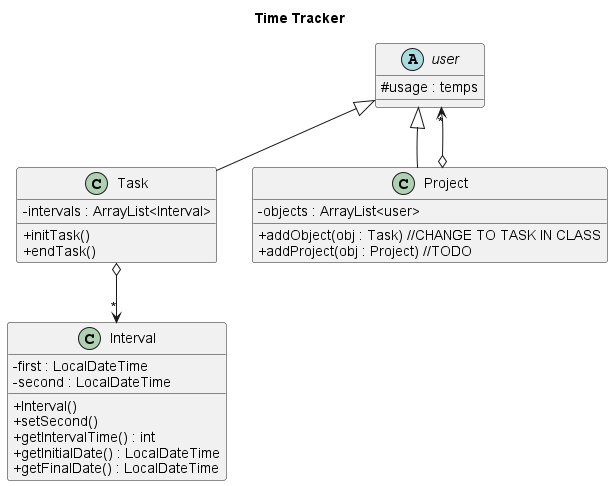
The PlantUML diagram diagram/classDiagram.png in joaquimcodina/TimeTracker, before a commit.
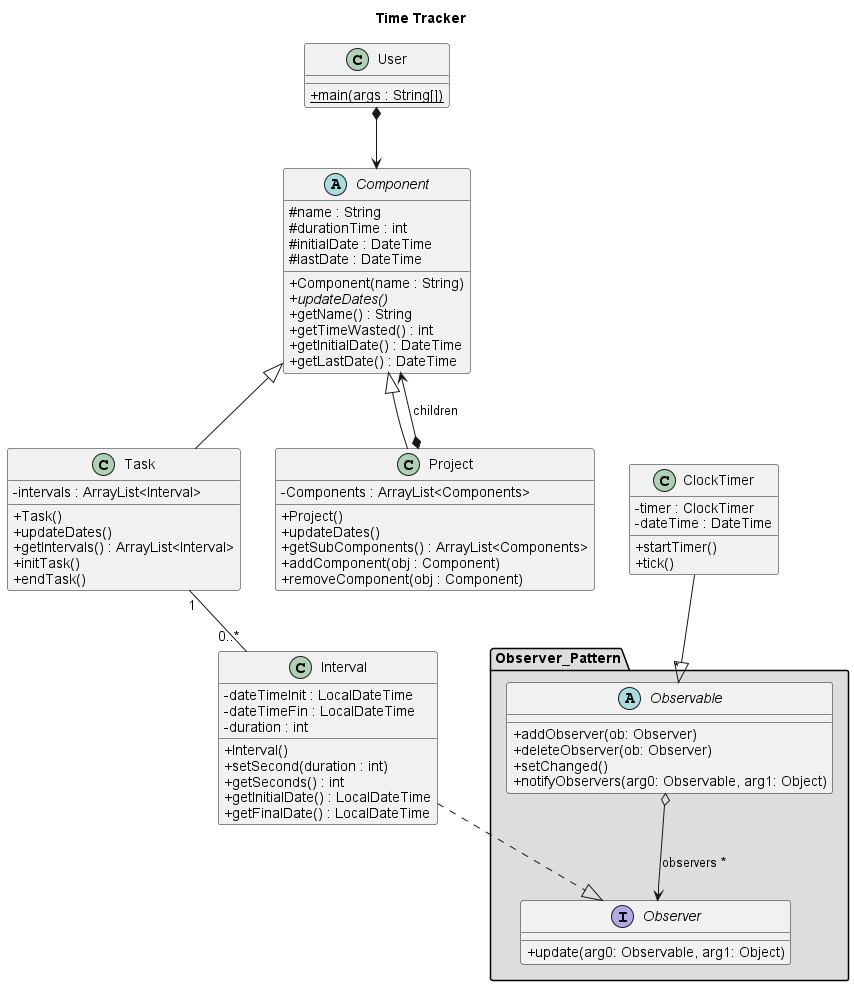
Above is the later version.

Diff of the diagram source:
```diff
@@ -3,37 +3,79 @@
 
 title "Time Tracker"
 
-abstract class user {
-# usage : temps
+class User {
++{static} main(args : String[])
 }
 
-class Task extends user {
+class Task extends Component{
 - intervals : ArrayList<Interval>
-
++ Task()
++ updateDates()
++ getIntervals() : ArrayList<Interval>
 + initTask()
 + endTask()
 }
 
-class Project extends user {
-- objects : ArrayList<user>
+class Project extends Component {
+- Components : ArrayList<Components>
++ Project()
++ updateDates()
++ getSubComponents() : ArrayList<Components>
++ addComponent(obj : Component)
++ removeComponent(obj : Component)
+}
 
-+ addObject(obj : Task) //CHANGE TO TASK IN CLASS
-+ addProject(obj : Project) //TODO
+package "Observer_Pattern" #DDDDDD{
+    Observable o--> Observer : observers *
+}
+
+abstract class Observable{
++ addObserver(ob: Observer)
++ deleteObserver(ob: Observer)
++setChanged()
++notifyObservers(arg0: Observable, arg1: Object)
+}
+
+interface Observer{
++update(arg0: Observable, arg1: Object)
+}
+
+class ClockTimer{
+- timer : ClockTimer
+- dateTime : DateTime
++ startTimer()
++ tick()
+}
+
+abstract class Component{
+# name : String
+# durationTime : int
+# initialDate : DateTime
+# lastDate : DateTime
++ Component(name : String)
++ {abstract} updateDates()
++ getName() : String
++ getTimeWasted() : int
++ getInitialDate() : DateTime
++ getLastDate() : DateTime
 }
 
 class Interval {
-- first : LocalDateTime
-- second : LocalDateTime
-
+- dateTimeInit : LocalDateTime
+- dateTimeFin : LocalDateTime
+- duration : int
 + Interval()
-+ setSecond()
-+ getIntervalTime() : int
++ setSecond(duration : int)
++ getSeconds() : int
 + getInitialDate() : LocalDateTime
 + getFinalDate() : LocalDateTime
 }
 
-Project o--> "*" user
-Task o--> "*" Interval
 
+User *--> Component
+Component <--* Project : "children"
+Task "1"--"0..*" Interval
+ClockTimer --|> "*" Observable
+Interval ..|> Observer
 
 @enduml
```
